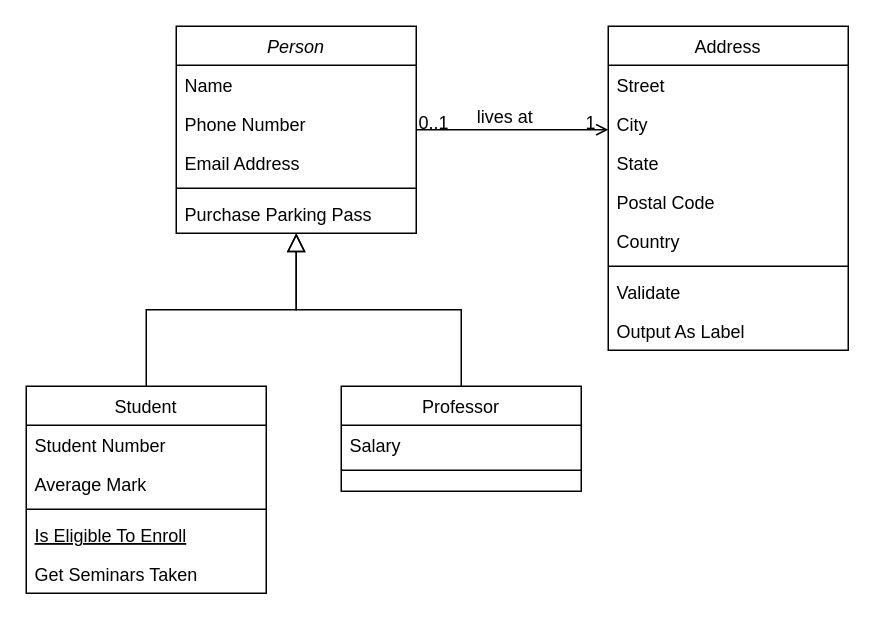
The draw.io diagram job-backend-developer.drawio in sirguilhermeoliveira/job-backend-developer, before the edit. Source tidied: cells renumbered, new cells numbered last; positions are measured from the earlier drawing's top-left corner, leaving out a move shared by most shapes. Both pictures are drawn from the tidied source at 150%, with x=0, y=0 at pixel (26, 26).
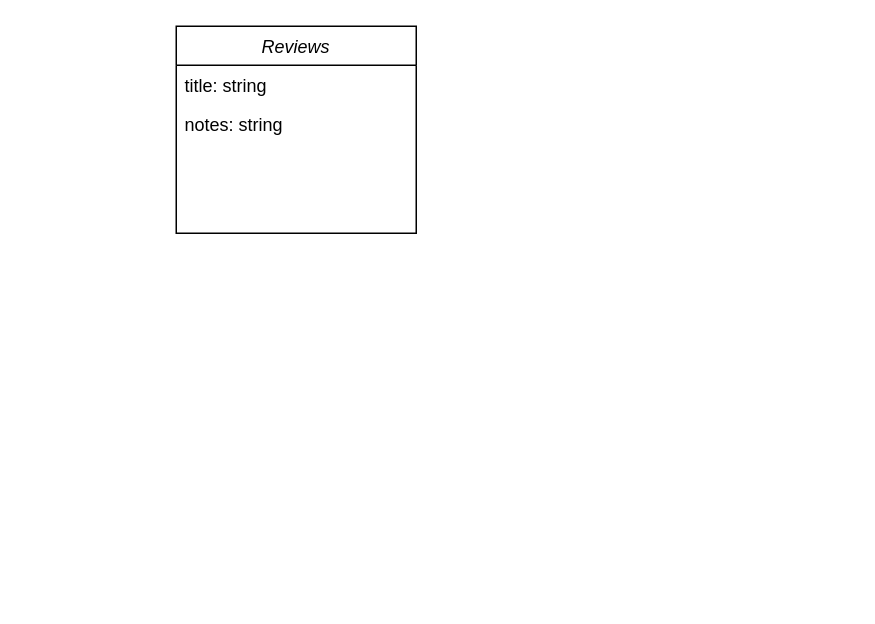
The same diagram, later.

Change to the diagram source:
```diff
@@
-    <mxCell id="2" value="Person" style="swimlane;fontStyle=2;align=center;verticalAlign=top;horizontal=1;startSize=26;rounded=0;shadow=0;strokeWidth=1;" parent="1" vertex="1">
+    <mxCell id="2" value="Reviews" style="swimlane;fontStyle=2;align=center;verticalAlign=top;horizontal=1;startSize=26;rounded=0;shadow=0;strokeWidth=1;" parent="1" vertex="1">
       <mxGeometry x="100" width="160" height="138" as="geometry" />
     </mxCell>
-    <mxCell id="3" value="Name" style="text;align=left;verticalAlign=top;spacingLeft=4;spacingRight=4;overflow=hidden;" parent="2" vertex="1">
+    <mxCell id="3" value="title: string" style="text;align=left;verticalAlign=top;spacingLeft=4;spacingRight=4;overflow=hidden;" parent="2" vertex="1">
       <mxGeometry y="26" width="160" height="26" as="geometry" />
     </mxCell>
-    <mxCell id="4" value="Phone Number" style="text;align=left;verticalAlign=top;spacingLeft=4;spacingRight=4;overflow=hidden;rounded=0;shadow=0;html=0;" parent="2" vertex="1">
+    <mxCell id="4" value="notes: string" style="text;align=left;verticalAlign=top;spacingLeft=4;spacingRight=4;overflow=hidden;rounded=0;shadow=0;html=0;" parent="2" vertex="1">
       <mxGeometry y="52" width="160" height="26" as="geometry" />
     </mxCell>
-    <mxCell id="5" value="Email Address" style="text;align=left;verticalAlign=top;spacingLeft=4;spacingRight=4;overflow=hidden;rounded=0;shadow=0;html=0;" parent="2" vertex="1">
-      <mxGeometry y="78" width="160" height="26" as="geometry" />
-    </mxCell>
-    <mxCell id="6" style="line;html=1;strokeWidth=1;align=left;verticalAlign=middle;spacingTop=-1;spacingLeft=3;spacingRight=3;labelPosition=right;" parent="2" vertex="1">
-      <mxGeometry y="104" width="160" height="8" as="geometry" />
-    </mxCell>
-    <mxCell id="7" value="Purchase Parking Pass" style="text;align=left;verticalAlign=top;spacingLeft=4;spacingRight=4;overflow=hidden;" parent="2" vertex="1">
-      <mxGeometry y="112" width="160" height="26" as="geometry" />
-    </mxCell>
-    <mxCell id="8" value="Student" style="swimlane;fontStyle=0;align=center;verticalAlign=top;horizontal=1;startSize=26;rounded=0;shadow=0;strokeWidth=1;" parent="1" vertex="1">
-      <mxGeometry y="240" width="160" height="138" as="geometry" />
-    </mxCell>
-    <mxCell id="9" value="Student Number" style="text;align=left;verticalAlign=top;spacingLeft=4;spacingRight=4;overflow=hidden;" parent="8" vertex="1">
-      <mxGeometry y="26" width="160" height="26" as="geometry" />
-    </mxCell>
-    <mxCell id="10" value="Average Mark" style="text;align=left;verticalAlign=top;spacingLeft=4;spacingRight=4;overflow=hidden;rounded=0;shadow=0;html=0;" parent="8" vertex="1">
-      <mxGeometry y="52" width="160" height="26" as="geometry" />
-    </mxCell>
-    <mxCell id="11" style="line;html=1;strokeWidth=1;align=left;verticalAlign=middle;spacingTop=-1;spacingLeft=3;spacingRight=3;labelPosition=right;" parent="8" vertex="1">
-      <mxGeometry y="78" width="160" height="8" as="geometry" />
-    </mxCell>
-    <mxCell id="12" value="Is Eligible To Enroll" style="text;align=left;verticalAlign=top;spacingLeft=4;spacingRight=4;overflow=hidden;fontStyle=4;" parent="8" vertex="1">
-      <mxGeometry y="86" width="160" height="26" as="geometry" />
-    </mxCell>
-    <mxCell id="13" value="Get Seminars Taken" style="text;align=left;verticalAlign=top;spacingLeft=4;spacingRight=4;overflow=hidden;" parent="8" vertex="1">
-      <mxGeometry y="112" width="160" height="26" as="geometry" />
-    </mxCell>
-    <mxCell id="14" style="endArrow=block;endSize=10;endFill=0;shadow=0;strokeWidth=1;rounded=0;curved=0;edgeStyle=elbowEdgeStyle;elbow=vertical;" parent="1" edge="1" source="8" target="2">
-      <mxGeometry relative="1" as="geometry" />
-    </mxCell>
-    <mxCell id="15" value="Professor" style="swimlane;fontStyle=0;align=center;verticalAlign=top;horizontal=1;startSize=26;rounded=0;shadow=0;strokeWidth=1;" parent="1" vertex="1">
-      <mxGeometry x="210" y="240" width="160" height="70" as="geometry" />
-    </mxCell>
-    <mxCell id="16" value="Salary" style="text;align=left;verticalAlign=top;spacingLeft=4;spacingRight=4;overflow=hidden;" parent="15" vertex="1">
-      <mxGeometry y="26" width="160" height="26" as="geometry" />
-    </mxCell>
-    <mxCell id="17" style="line;html=1;strokeWidth=1;align=left;verticalAlign=middle;spacingTop=-1;spacingLeft=3;spacingRight=3;labelPosition=right;" parent="15" vertex="1">
-      <mxGeometry y="52" width="160" height="8" as="geometry" />
-    </mxCell>
-    <mxCell id="18" style="endArrow=block;endSize=10;endFill=0;shadow=0;strokeWidth=1;rounded=0;curved=0;edgeStyle=elbowEdgeStyle;elbow=vertical;" parent="1" edge="1" source="15" target="2">
-      <mxGeometry relative="1" as="geometry" />
-    </mxCell>
-    <mxCell id="19" value="Address" style="swimlane;fontStyle=0;align=center;verticalAlign=top;horizontal=1;startSize=26;rounded=0;shadow=0;strokeWidth=1;" parent="1" vertex="1">
-      <mxGeometry x="388" width="160" height="216" as="geometry" />
-    </mxCell>
-    <mxCell id="20" value="Street" style="text;align=left;verticalAlign=top;spacingLeft=4;spacingRight=4;overflow=hidden;" parent="19" vertex="1">
-      <mxGeometry y="26" width="160" height="26" as="geometry" />
-    </mxCell>
-    <mxCell id="21" value="City" style="text;align=left;verticalAlign=top;spacingLeft=4;spacingRight=4;overflow=hidden;rounded=0;shadow=0;html=0;" parent="19" vertex="1">
-      <mxGeometry y="52" width="160" height="26" as="geometry" />
-    </mxCell>
-    <mxCell id="22" value="State" style="text;align=left;verticalAlign=top;spacingLeft=4;spacingRight=4;overflow=hidden;rounded=0;shadow=0;html=0;" parent="19" vertex="1">
-      <mxGeometry y="78" width="160" height="26" as="geometry" />
-    </mxCell>
-    <mxCell id="23" value="Postal Code" style="text;align=left;verticalAlign=top;spacingLeft=4;spacingRight=4;overflow=hidden;rounded=0;shadow=0;html=0;" parent="19" vertex="1">
-      <mxGeometry y="104" width="160" height="26" as="geometry" />
-    </mxCell>
-    <mxCell id="24" value="Country" style="text;align=left;verticalAlign=top;spacingLeft=4;spacingRight=4;overflow=hidden;rounded=0;shadow=0;html=0;" parent="19" vertex="1">
-      <mxGeometry y="130" width="160" height="26" as="geometry" />
-    </mxCell>
-    <mxCell id="25" style="line;html=1;strokeWidth=1;align=left;verticalAlign=middle;spacingTop=-1;spacingLeft=3;spacingRight=3;labelPosition=right;" parent="19" vertex="1">
-      <mxGeometry y="156" width="160" height="8" as="geometry" />
-    </mxCell>
-    <mxCell id="26" value="Validate" style="text;align=left;verticalAlign=top;spacingLeft=4;spacingRight=4;overflow=hidden;" parent="19" vertex="1">
-      <mxGeometry y="164" width="160" height="26" as="geometry" />
-    </mxCell>
-    <mxCell id="27" value="Output As Label" style="text;align=left;verticalAlign=top;spacingLeft=4;spacingRight=4;overflow=hidden;" parent="19" vertex="1">
-      <mxGeometry y="190" width="160" height="26" as="geometry" />
-    </mxCell>
-    <mxCell id="28" style="endArrow=open;shadow=0;strokeWidth=1;rounded=0;curved=0;endFill=1;edgeStyle=elbowEdgeStyle;elbow=vertical;" parent="1" edge="1" source="2" target="19">
-      <mxGeometry x="0.5" y="41" relative="1" as="geometry">
-        <mxPoint x="-40" y="32" as="offset" />
-      </mxGeometry>
-    </mxCell>
-    <mxCell id="29" value="0..1" style="align=left;verticalAlign=bottom;labelBackgroundColor=none;fontSize=12;" parent="28" vertex="1">
-      <mxGeometry x="-1" relative="1" as="geometry">
-        <mxPoint y="4" as="offset" />
-      </mxGeometry>
-    </mxCell>
-    <mxCell id="30" value="1" style="align=right;verticalAlign=bottom;labelBackgroundColor=none;fontSize=12;" parent="28" vertex="1">
-      <mxGeometry x="1" relative="1" as="geometry">
-        <mxPoint x="-7" y="4" as="offset" />
-      </mxGeometry>
-    </mxCell>
-    <mxCell id="31" value="lives at" style="text;html=1;align=center;verticalAlign=middle;labelBackgroundColor=none;rounded=0;shadow=0;strokeWidth=1;fontSize=12;" parent="28" vertex="1">
-      <mxGeometry x="0.5" y="49" relative="1" as="geometry">
-        <mxPoint x="-38" y="40" as="offset" />
-      </mxGeometry>
-    </mxCell>
```
